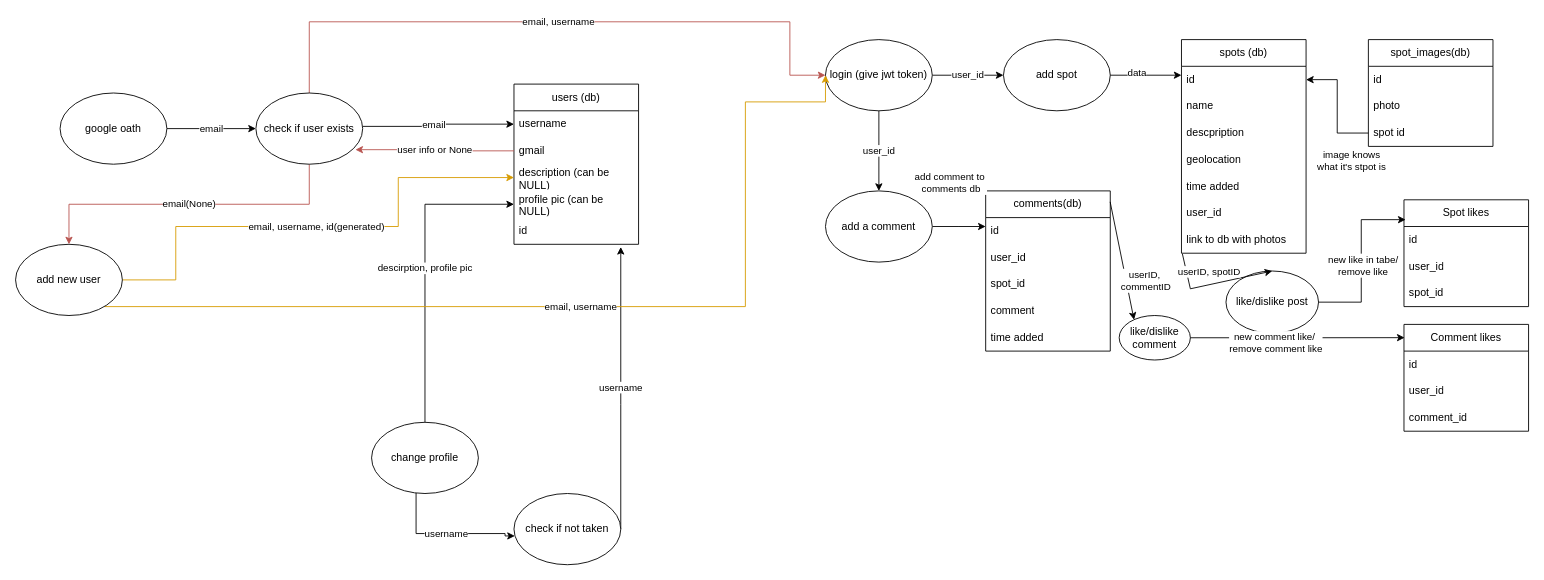
Earlier version of the draw.io diagram Diagramma bez nosaukuma.drawio (shrust1k/CoolSpot). Source tidied: cells renumbered, new cells numbered last; positions are measured from the earlier drawing's top-left corner, leaving out a move shared by most shapes. Both pictures are drawn from the tidied source at 89%, with x=0, y=0 at pixel (15, 21).
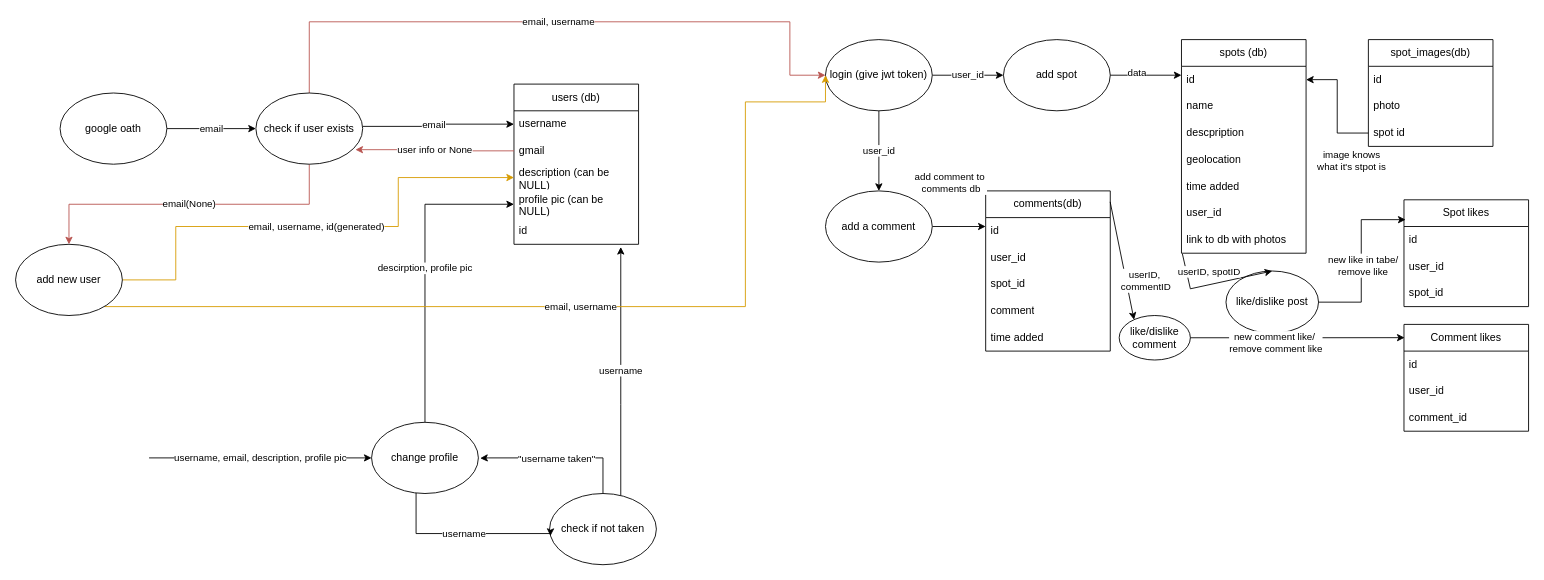
The same page after the edit.

Unchanged cells that the change refers to:
```xml
<mxCell id="12" value="change profile" style="ellipse;whiteSpace=wrap;html=1;" parent="1" vertex="1">
  <mxGeometry x="400" y="450" width="120" height="80" as="geometry" />
</mxCell>
```

Diff of the diagram source:
```diff
@@
+    <mxCell id="71" style="edgeStyle=orthogonalEdgeStyle;rounded=0;jettySize=auto;html=1;entryX=1.017;entryY=0.504;entryDx=0;entryDy=0;entryPerimeter=0;" parent="1" edge="1" source="16" target="12">
+      <mxGeometry relative="1" as="geometry">
+        <Array as="points">
+          <mxPoint x="660" y="490" />
+          <mxPoint x="531" y="490" />
+        </Array>
+      </mxGeometry>
+    </mxCell>
+    <mxCell id="72" value="&quot;username taken&quot;" style="edgeLabel;html=1;align=center;verticalAlign=middle;" parent="71" vertex="1">
+      <mxGeometry x="0.05" relative="1" as="geometry" />
+    </mxCell>
     <mxCell id="16" value="check if not taken" style="ellipse;whiteSpace=wrap;html=1;" parent="1" vertex="1">
-      <mxGeometry x="560" y="530" width="120" height="80" as="geometry" />
+      <mxGeometry x="600" y="530" width="120" height="80" as="geometry" />
     </mxCell>
     <mxCell id="17" value="username" style="edgeStyle=orthogonalEdgeStyle;rounded=0;jettySize=auto;html=1;entryX=0.008;entryY=0.596;entryDx=0;entryDy=0;entryPerimeter=0;" parent="1" edge="1" source="12" target="16">
       <mxGeometry relative="1" as="geometry">
         <Array as="points">
           <mxPoint x="450" y="575" />
-          <mxPoint x="550" y="575" />
-          <mxPoint x="550" y="578" />
+          <mxPoint x="601" y="575" />
         </Array>
       </mxGeometry>
     </mxCell>
@@
+    <mxCell id="73" value="username, email, description, profile pic " style="endArrow=classic;html=1;rounded=0;" parent="1" edge="1">
+      <mxGeometry relative="1" as="geometry">
+        <mxPoint x="150" y="490" as="sourcePoint" />
+        <mxPoint x="400" y="490" as="targetPoint" />
+      </mxGeometry>
+    </mxCell>
```
